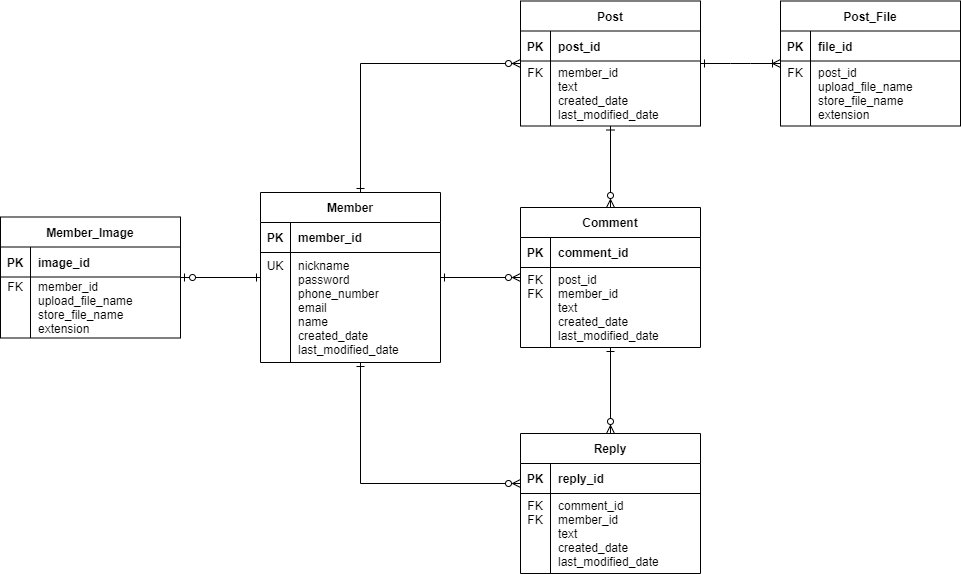
Before: Sprint1 Table.drawio.png, a diagram exported from draw.io (JunYoung-C/Instagram). Source tidied: cells renumbered, new cells last; positions are measured from the earlier drawing's top-left corner, leaving out a move shared by most shapes.
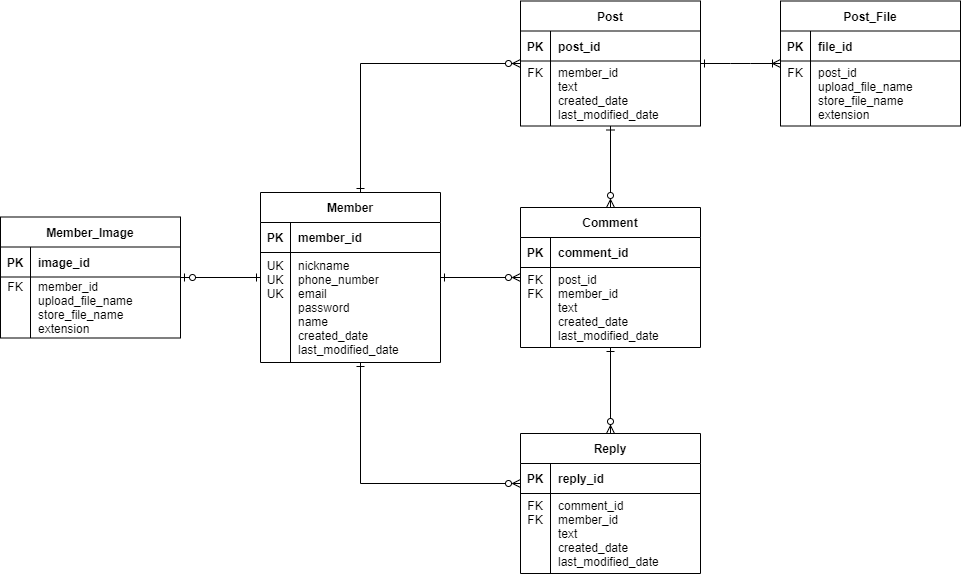
The same file after the commit.

Commit message:
docs: phone_number, email 필드에 유니크 설정

Diff of the diagram source:
```diff
@@ -17,10 +17,10 @@
     <mxCell id="6" style="shape=tableRow;horizontal=0;startSize=0;swimlaneHead=0;swimlaneBody=0;fillColor=none;top=0;left=0;right=0;bottom=0;" parent="2" vertex="1">
       <mxGeometry y="60" width="180" height="110" as="geometry" />
     </mxCell>
-    <mxCell id="7" value="UK&#10;&#10;&#10;&#10;&#10;&#10;" style="shape=partialRectangle;fillColor=none;top=0;left=0;bottom=0;right=0;overflow=hidden;" parent="6" vertex="1">
+    <mxCell id="7" value="UK&#10;UK&#10;UK&#10;&#10;&#10;&#10;" style="shape=partialRectangle;fillColor=none;top=0;left=0;bottom=0;right=0;overflow=hidden;" parent="6" vertex="1">
       <mxGeometry width="30" height="110" as="geometry" />
     </mxCell>
-    <mxCell id="8" value="nickname&#10;password&#10;phone_number&#10;email&#10;name&#10;created_date&#10;last_modified_date" style="shape=partialRectangle;fillColor=none;top=0;left=0;bottom=0;right=0;align=left;spacingLeft=6;overflow=hidden;" parent="6" vertex="1">
+    <mxCell id="8" value="nickname&#10;phone_number&#10;email&#10;password&#10;name&#10;created_date&#10;last_modified_date" style="shape=partialRectangle;fillColor=none;top=0;left=0;bottom=0;right=0;align=left;spacingLeft=6;overflow=hidden;" parent="6" vertex="1">
       <mxGeometry x="30" width="150" height="110" as="geometry" />
     </mxCell>
     <mxCell id="9" value="Reply" style="shape=table;startSize=30;rowLines=0;fontStyle=1;align=center;" parent="1" vertex="1">
```
